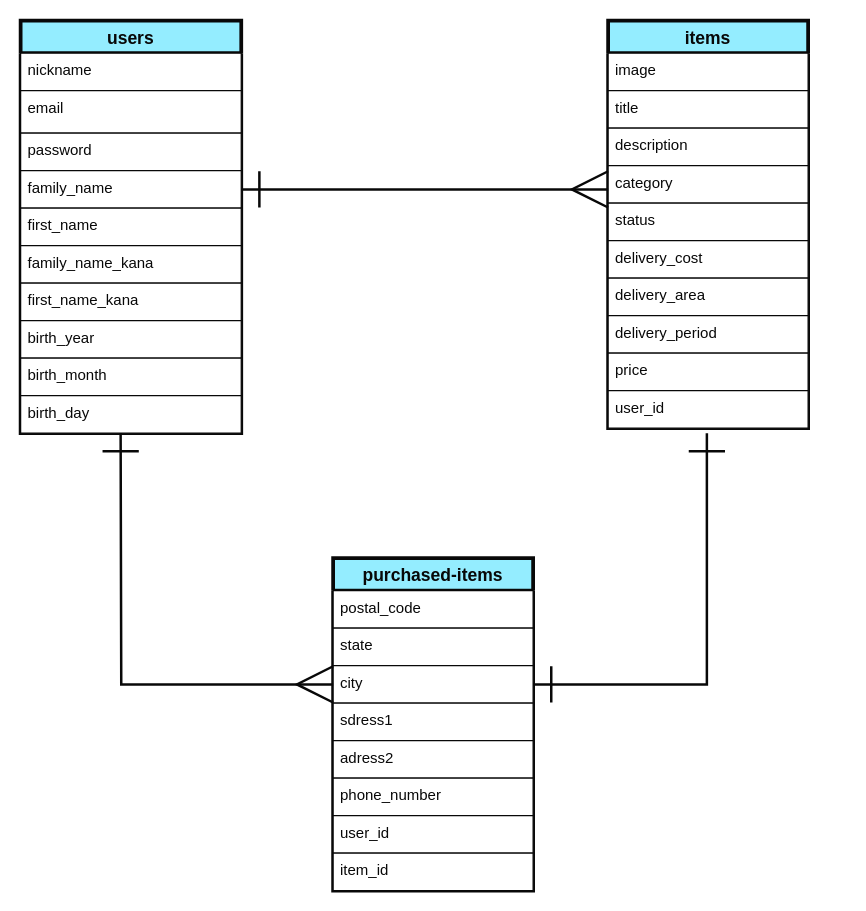
The draw.io diagram furima-34510.dio in sk918/furima-34510, before the edit. Source tidied: cells renumbered, new cells numbered last; positions are measured from the earlier drawing's top-left corner, leaving out a move shared by most shapes. Both pictures are drawn from the tidied source at 125%, with x=0, y=0 at pixel (20, 20).
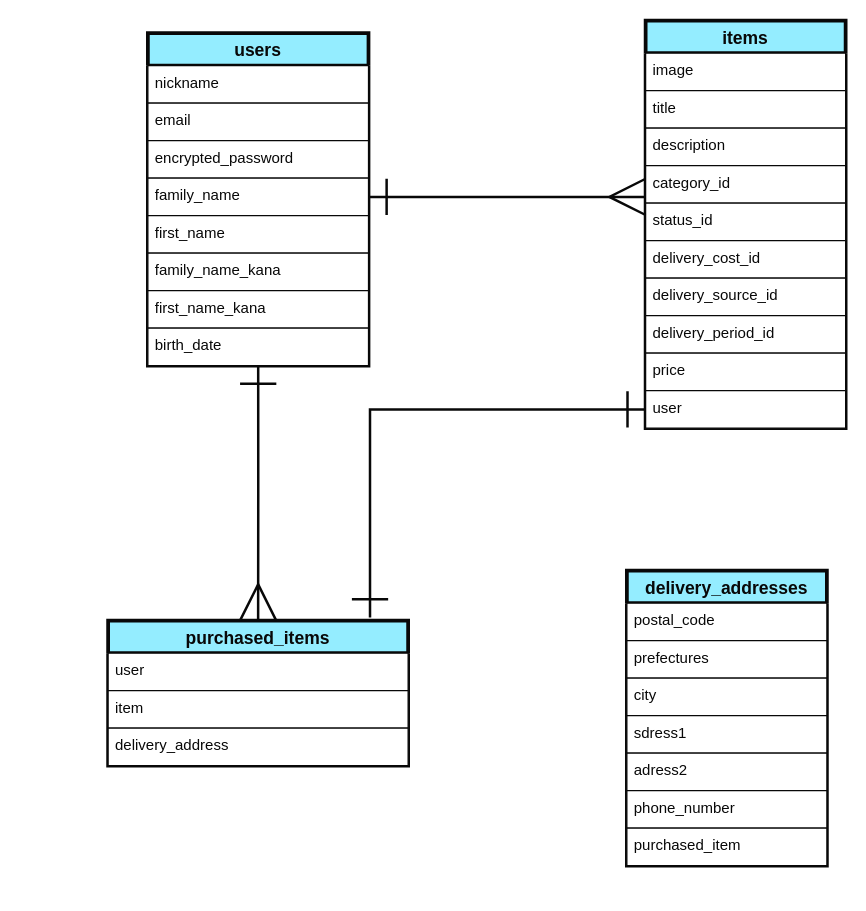
The same page after the edit.

Commit message (it also covers changes not shown here):
レビュー修正

What changed in the source:
```diff
@@
-    <mxCell id="2" value="purchased-items" style="swimlane;fontStyle=1;horizontal=1;startSize=26;align=center;fontSize=14;strokeWidth=3;strokeColor=#080808;fontColor=#080808;fillColor=#94EDFF;" parent="1" vertex="1">
-      <mxGeometry x="250" y="430" width="160" height="266" as="geometry" />
+    <mxCell id="2" value="purchased_items" style="swimlane;fontStyle=1;horizontal=1;startSize=26;align=center;fontSize=14;strokeWidth=3;strokeColor=#080808;fontColor=#080808;fillColor=#94EDFF;" parent="1" vertex="1">
+      <mxGeometry x="70" y="480" width="240" height="116" as="geometry" />
     </mxCell>
-    <mxCell id="3" value="postal_code" style="text;spacingLeft=4;spacingRight=4;overflow=hidden;fontSize=12;fontColor=#080808;strokeColor=#080808;fillColor=#FFFFFF;" parent="2" vertex="1">
-      <mxGeometry y="26" width="160" height="30" as="geometry" />
-    </mxCell>
-    <mxCell id="4" value="state" style="text;spacingLeft=4;spacingRight=4;overflow=hidden;fontSize=12;fontColor=#080808;strokeColor=#080808;fillColor=#FFFFFF;" parent="2" vertex="1">
-      <mxGeometry y="56" width="160" height="30" as="geometry" />
-    </mxCell>
-    <mxCell id="5" value="city" style="text;spacingLeft=4;spacingRight=4;overflow=hidden;points=[[0,0.5],[1,0.5]];portConstraint=eastwest;fontSize=12;fontColor=#080808;strokeColor=#080808;fillColor=#FFFFFF;" parent="2" vertex="1">
-      <mxGeometry y="86" width="160" height="30" as="geometry" />
-    </mxCell>
-    <mxCell id="6" value="sdress1" style="text;spacingLeft=4;spacingRight=4;overflow=hidden;fontSize=12;fontColor=#080808;strokeColor=#080808;fillColor=#FFFFFF;" parent="2" vertex="1">
-      <mxGeometry y="116" width="160" height="30" as="geometry" />
-    </mxCell>
-    <mxCell id="7" value="adress2" style="text;spacingLeft=4;spacingRight=4;overflow=hidden;fontSize=12;fontColor=#080808;strokeColor=#080808;fillColor=#FFFFFF;" parent="2" vertex="1">
-      <mxGeometry y="146" width="160" height="30" as="geometry" />
-    </mxCell>
-    <mxCell id="8" value="phone_number" style="text;spacingLeft=4;spacingRight=4;overflow=hidden;fontSize=12;fontColor=#080808;strokeColor=#080808;fillColor=#FFFFFF;" parent="2" vertex="1">
-      <mxGeometry y="176" width="160" height="30" as="geometry" />
-    </mxCell>
-    <mxCell id="9" value="user_id" style="text;spacingLeft=4;spacingRight=4;overflow=hidden;fontSize=12;fontColor=#080808;strokeColor=#080808;fillColor=#FFFFFF;" parent="2" vertex="1">
-      <mxGeometry y="206" width="160" height="30" as="geometry" />
+    <mxCell id="9" value="user" style="text;spacingLeft=4;spacingRight=4;overflow=hidden;fontSize=12;fontColor=#080808;strokeColor=#080808;fillColor=#FFFFFF;" parent="2" vertex="1">
+      <mxGeometry y="26" width="240" height="30" as="geometry" />
     </mxCell>
-    <mxCell id="10" value="item_id" style="text;spacingLeft=4;spacingRight=4;overflow=hidden;fontSize=12;fontColor=#080808;strokeColor=#080808;fillColor=#FFFFFF;" parent="2" vertex="1">
-      <mxGeometry y="236" width="160" height="30" as="geometry" />
+    <mxCell id="10" value="item" style="text;spacingLeft=4;spacingRight=4;overflow=hidden;fontSize=12;fontColor=#080808;strokeColor=#080808;fillColor=#FFFFFF;" parent="2" vertex="1">
+      <mxGeometry y="56" width="240" height="30" as="geometry" />
     </mxCell>
+    <mxCell id="36" value="delivery_address" style="text;spacingLeft=4;spacingRight=4;overflow=hidden;fontSize=12;fontColor=#080808;strokeColor=#080808;fillColor=#FFFFFF;fontStyle=0;" parent="2" vertex="1">
+      <mxGeometry y="86" width="240" height="30" as="geometry" />
+    </mxCell>
     <mxCell id="11" value="items" style="swimlane;fontStyle=1;horizontal=1;startSize=26;align=center;fontSize=14;strokeWidth=3;strokeColor=#080808;fontColor=#080808;fillColor=#94EDFF;" parent="1" vertex="1">
-      <mxGeometry x="470" width="160" height="326" as="geometry" />
+      <mxGeometry x="500" width="160" height="326" as="geometry" />
     </mxCell>
@@
-    <mxCell id="15" value="category" style="text;spacingLeft=4;spacingRight=4;overflow=hidden;fontSize=12;fontColor=#080808;strokeColor=#080808;fillColor=#FFFFFF;" parent="11" vertex="1">
+    <mxCell id="15" value="category_id" style="text;spacingLeft=4;spacingRight=4;overflow=hidden;fontSize=12;fontColor=#080808;strokeColor=#080808;fillColor=#FFFFFF;" parent="11" vertex="1">
       <mxGeometry y="116" width="160" height="30" as="geometry" />
     </mxCell>
-    <mxCell id="16" value="status" style="text;spacingLeft=4;spacingRight=4;overflow=hidden;fontSize=12;fontColor=#080808;strokeColor=#080808;fillColor=#FFFFFF;" parent="11" vertex="1">
+    <mxCell id="16" value="status_id" style="text;spacingLeft=4;spacingRight=4;overflow=hidden;fontSize=12;fontColor=#080808;strokeColor=#080808;fillColor=#FFFFFF;" parent="11" vertex="1">
       <mxGeometry y="146" width="160" height="30" as="geometry" />
     </mxCell>
-    <mxCell id="17" value="delivery_cost" style="text;spacingLeft=4;spacingRight=4;overflow=hidden;fontSize=12;fontColor=#080808;strokeColor=#080808;fillColor=#FFFFFF;" parent="11" vertex="1">
+    <mxCell id="17" value="delivery_cost_id" style="text;spacingLeft=4;spacingRight=4;overflow=hidden;fontSize=12;fontColor=#080808;strokeColor=#080808;fillColor=#FFFFFF;" parent="11" vertex="1">
       <mxGeometry y="176" width="160" height="30" as="geometry" />
     </mxCell>
-    <mxCell id="18" value="delivery_area" style="text;spacingLeft=4;spacingRight=4;overflow=hidden;fontSize=12;fontColor=#080808;strokeColor=#080808;fillColor=#FFFFFF;" parent="11" vertex="1">
+    <mxCell id="18" value="delivery_source_id" style="text;spacingLeft=4;spacingRight=4;overflow=hidden;fontSize=12;fontColor=#080808;strokeColor=#080808;fillColor=#FFFFFF;" parent="11" vertex="1">
       <mxGeometry y="206" width="160" height="30" as="geometry" />
     </mxCell>
-    <mxCell id="19" value="delivery_period" style="text;spacingLeft=4;spacingRight=4;overflow=hidden;fontSize=12;fontColor=#080808;strokeColor=#080808;fillColor=#FFFFFF;" parent="11" vertex="1">
+    <mxCell id="19" value="delivery_period_id" style="text;spacingLeft=4;spacingRight=4;overflow=hidden;fontSize=12;fontColor=#080808;strokeColor=#080808;fillColor=#FFFFFF;" parent="11" vertex="1">
       <mxGeometry y="236" width="160" height="30" as="geometry" />
     </mxCell>
@@
-    <mxCell id="21" value="user_id" style="text;spacingLeft=4;spacingRight=4;overflow=hidden;points=[[0,0.5],[1,0.5]];portConstraint=eastwest;fontSize=12;fontColor=#080808;strokeColor=#080808;fillColor=#FFFFFF;" parent="11" vertex="1">
+    <mxCell id="21" value="user" style="text;spacingLeft=4;spacingRight=4;overflow=hidden;points=[[0,0.5],[1,0.5]];portConstraint=eastwest;fontSize=12;fontColor=#080808;strokeColor=#080808;fillColor=#FFFFFF;" parent="11" vertex="1">
       <mxGeometry y="296" width="160" height="30" as="geometry" />
     </mxCell>
-    <mxCell id="22" style="edgeStyle=orthogonalEdgeStyle;rounded=0;jettySize=auto;html=1;exitX=1;exitY=0.5;exitDx=0;exitDy=0;startArrow=ERone;startFill=0;startSize=26;endArrow=ERone;endFill=0;endSize=26;fontSize=14;labelBackgroundColor=#FFFFFF;strokeColor=#080808;strokeWidth=2;" parent="1" edge="1" source="5">
-      <mxGeometry relative="1" as="geometry">
-        <mxPoint x="549" y="330" as="targetPoint" />
-        <Array as="points">
-          <mxPoint x="549" y="531" />
-        </Array>
-      </mxGeometry>
-    </mxCell>
+    <mxCell id="37" style="edgeStyle=orthogonalEdgeStyle;rounded=0;jettySize=auto;html=1;exitX=0.5;exitY=1;exitDx=0;exitDy=0;entryX=0.5;entryY=0;entryDx=0;entryDy=0;labelBackgroundColor=#080808;startArrow=ERone;startFill=0;startSize=26;endArrow=ERmany;endFill=0;endSize=26;strokeColor=#080808;strokeWidth=2;fontSize=14;fontColor=#080808;" parent="1" edge="1" source="23" target="2">
+      <mxGeometry relative="1" as="geometry" />
+    </mxCell>
     <mxCell id="23" value="users" style="swimlane;fontStyle=1;horizontal=1;startSize=26;align=center;fontSize=14;strokeWidth=3;strokeColor=#080808;fontColor=#080808;labelBackgroundColor=none;fillColor=#94EDFF;" parent="1" vertex="1">
-      <mxGeometry width="176.5" height="330" as="geometry" />
+      <mxGeometry x="101.8" y="10" width="176.5" height="266" as="geometry" />
     </mxCell>
@@
     <mxCell id="25" value="email" style="text;spacingLeft=4;spacingRight=4;overflow=hidden;fontSize=12;strokeColor=#080808;fontColor=#080808;fillColor=#FFFFFF;" parent="23" vertex="1">
-      <mxGeometry y="56" width="176.5" height="34" as="geometry" />
+      <mxGeometry y="56" width="176.5" height="30" as="geometry" />
     </mxCell>
-    <mxCell id="26" value="password" style="text;spacingLeft=4;spacingRight=4;overflow=hidden;fontSize=12;strokeColor=#080808;fontColor=#080808;fillColor=#FFFFFF;" parent="23" vertex="1">
-      <mxGeometry y="90" width="176.5" height="30" as="geometry" />
+    <mxCell id="26" value="encrypted_password" style="text;spacingLeft=4;spacingRight=4;overflow=hidden;fontSize=12;strokeColor=#080808;fontColor=#080808;fillColor=#FFFFFF;" parent="23" vertex="1">
+      <mxGeometry y="86" width="176.5" height="30" as="geometry" />
     </mxCell>
     <mxCell id="27" value="family_name" style="text;spacingLeft=4;spacingRight=4;overflow=hidden;points=[[0,0.5],[1,0.5]];portConstraint=eastwest;fontSize=12;strokeColor=#080808;fontColor=#080808;fillColor=#FFFFFF;" parent="23" vertex="1">
-      <mxGeometry y="120" width="176.5" height="30" as="geometry" />
+      <mxGeometry y="116" width="176.5" height="30" as="geometry" />
     </mxCell>
     <mxCell id="28" value="first_name" style="text;spacingLeft=4;spacingRight=4;overflow=hidden;fontSize=12;strokeColor=#080808;fontColor=#080808;fillColor=#FFFFFF;" parent="23" vertex="1">
-      <mxGeometry y="150" width="176.5" height="30" as="geometry" />
+      <mxGeometry y="146" width="176.5" height="30" as="geometry" />
     </mxCell>
     <mxCell id="29" value="family_name_kana" style="text;spacingLeft=4;spacingRight=4;overflow=hidden;fontSize=12;strokeColor=#080808;fontColor=#080808;fillColor=#FFFFFF;" parent="23" vertex="1">
-      <mxGeometry y="180" width="176.5" height="30" as="geometry" />
+      <mxGeometry y="176" width="176.5" height="30" as="geometry" />
     </mxCell>
     <mxCell id="30" value="first_name_kana" style="text;spacingLeft=4;spacingRight=4;overflow=hidden;fontSize=12;strokeColor=#080808;fontColor=#080808;fillColor=#FFFFFF;" parent="23" vertex="1">
-      <mxGeometry y="210" width="176.5" height="30" as="geometry" />
+      <mxGeometry y="206" width="176.5" height="30" as="geometry" />
     </mxCell>
-    <mxCell id="31" value="birth_year" style="text;spacingLeft=4;spacingRight=4;overflow=hidden;fontSize=12;strokeColor=#080808;fontColor=#080808;fillColor=#FFFFFF;" parent="23" vertex="1">
-      <mxGeometry y="240" width="176.5" height="30" as="geometry" />
+    <mxCell id="31" value="birth_date" style="text;spacingLeft=4;spacingRight=4;overflow=hidden;fontSize=12;strokeColor=#080808;fontColor=#080808;fillColor=#FFFFFF;" parent="23" vertex="1">
+      <mxGeometry y="236" width="176.5" height="30" as="geometry" />
     </mxCell>
-    <mxCell id="32" value="birth_month" style="text;spacingLeft=4;spacingRight=4;overflow=hidden;fontSize=12;strokeColor=#080808;fontColor=#080808;fillColor=#FFFFFF;" parent="23" vertex="1">
-      <mxGeometry y="270" width="176.5" height="30" as="geometry" />
-    </mxCell>
-    <mxCell id="33" value="birth_day" style="text;spacingLeft=4;spacingRight=4;overflow=hidden;fontSize=12;strokeColor=#080808;fontColor=#080808;fillColor=#FFFFFF;" parent="23" vertex="1">
-      <mxGeometry y="300" width="176.5" height="30" as="geometry" />
-    </mxCell>
-    <mxCell id="34" style="edgeStyle=orthogonalEdgeStyle;rounded=0;jettySize=auto;html=1;exitX=1;exitY=0.5;exitDx=0;exitDy=0;labelBackgroundColor=#080808;startArrow=ERone;startFill=0;startSize=26;endArrow=ERmany;endFill=0;endSize=26;strokeColor=#080808;strokeWidth=2;fontSize=14;fontColor=#080808;" parent="1" edge="1" source="27">
-      <mxGeometry relative="1" as="geometry">
-        <mxPoint x="470" y="135" as="targetPoint" />
-      </mxGeometry>
-    </mxCell>
-    <mxCell id="35" style="edgeStyle=orthogonalEdgeStyle;rounded=0;jettySize=auto;html=1;exitX=0;exitY=0.5;exitDx=0;exitDy=0;labelBackgroundColor=#080808;startArrow=ERmany;startFill=0;startSize=26;endArrow=ERone;endFill=0;endSize=26;strokeColor=#080808;strokeWidth=2;fontSize=14;fontColor=#080808;" parent="1" edge="1" source="5">
-      <mxGeometry relative="1" as="geometry">
-        <mxPoint x="80" y="330" as="targetPoint" />
-      </mxGeometry>
-    </mxCell>
+    <mxCell id="38" value="delivery_addresses" style="swimlane;fontStyle=1;horizontal=1;startSize=26;align=center;fontSize=14;labelBackgroundColor=none;strokeColor=#080808;strokeWidth=3;fillColor=#94EDFF;fontColor=#080808;" parent="1" vertex="1">
+      <mxGeometry x="485" y="440" width="160" height="236" as="geometry" />
+    </mxCell>
+    <mxCell id="3" value="postal_code" style="text;spacingLeft=4;spacingRight=4;overflow=hidden;fontSize=12;fontColor=#080808;strokeColor=#080808;fillColor=#FFFFFF;" parent="38" vertex="1">
+      <mxGeometry y="26" width="160" height="30" as="geometry" />
+    </mxCell>
+    <mxCell id="39" value="prefectures" style="text;spacingLeft=4;spacingRight=4;overflow=hidden;fontSize=12;fontColor=#080808;strokeColor=#080808;fillColor=#FFFFFF;" parent="38" vertex="1">
+      <mxGeometry y="56" width="160" height="30" as="geometry" />
+    </mxCell>
+    <mxCell id="5" value="city" style="text;spacingLeft=4;spacingRight=4;overflow=hidden;points=[[0,0.5],[1,0.5]];portConstraint=eastwest;fontSize=12;fontColor=#080808;strokeColor=#080808;fillColor=#FFFFFF;" parent="38" vertex="1">
+      <mxGeometry y="86" width="160" height="30" as="geometry" />
+    </mxCell>
+    <mxCell id="6" value="sdress1" style="text;spacingLeft=4;spacingRight=4;overflow=hidden;fontSize=12;fontColor=#080808;strokeColor=#080808;fillColor=#FFFFFF;" parent="38" vertex="1">
+      <mxGeometry y="116" width="160" height="30" as="geometry" />
+    </mxCell>
+    <mxCell id="7" value="adress2" style="text;spacingLeft=4;spacingRight=4;overflow=hidden;fontSize=12;fontColor=#080808;strokeColor=#080808;fillColor=#FFFFFF;" parent="38" vertex="1">
+      <mxGeometry y="146" width="160" height="30" as="geometry" />
+    </mxCell>
+    <mxCell id="8" value="phone_number" style="text;spacingLeft=4;spacingRight=4;overflow=hidden;fontSize=12;fontColor=#080808;strokeColor=#080808;fillColor=#FFFFFF;" parent="38" vertex="1">
+      <mxGeometry y="176" width="160" height="30" as="geometry" />
+    </mxCell>
+    <mxCell id="40" value="purchased_item" style="text;spacingLeft=4;spacingRight=4;overflow=hidden;fontSize=12;fontColor=#080808;strokeColor=#080808;fillColor=#FFFFFF;" parent="38" vertex="1">
+      <mxGeometry y="206" width="160" height="30" as="geometry" />
+    </mxCell>
+    <mxCell id="41" style="edgeStyle=orthogonalEdgeStyle;rounded=0;jettySize=auto;html=1;exitX=1;exitY=0.5;exitDx=0;exitDy=0;labelBackgroundColor=#080808;startArrow=ERone;startFill=0;startSize=26;endArrow=ERmany;endFill=0;endSize=26;strokeColor=#080808;strokeWidth=2;fontSize=14;fontColor=#080808;" parent="1" edge="1" source="27">
+      <mxGeometry relative="1" as="geometry">
+        <mxPoint x="500" y="141" as="targetPoint" />
+      </mxGeometry>
+    </mxCell>
+    <mxCell id="42" style="edgeStyle=orthogonalEdgeStyle;rounded=0;jettySize=auto;html=1;exitX=0;exitY=0.5;exitDx=0;exitDy=0;labelBackgroundColor=#080808;startArrow=ERone;startFill=0;startSize=26;endArrow=ERone;endFill=0;endSize=26;strokeColor=#080808;strokeWidth=2;fontSize=14;fontColor=#080808;entryX=0.873;entryY=-0.022;entryDx=0;entryDy=0;entryPerimeter=0;" parent="1" edge="1" source="21" target="2">
+      <mxGeometry relative="1" as="geometry">
+        <Array as="points">
+          <mxPoint x="280" y="311" />
+        </Array>
+      </mxGeometry>
+    </mxCell>
```
